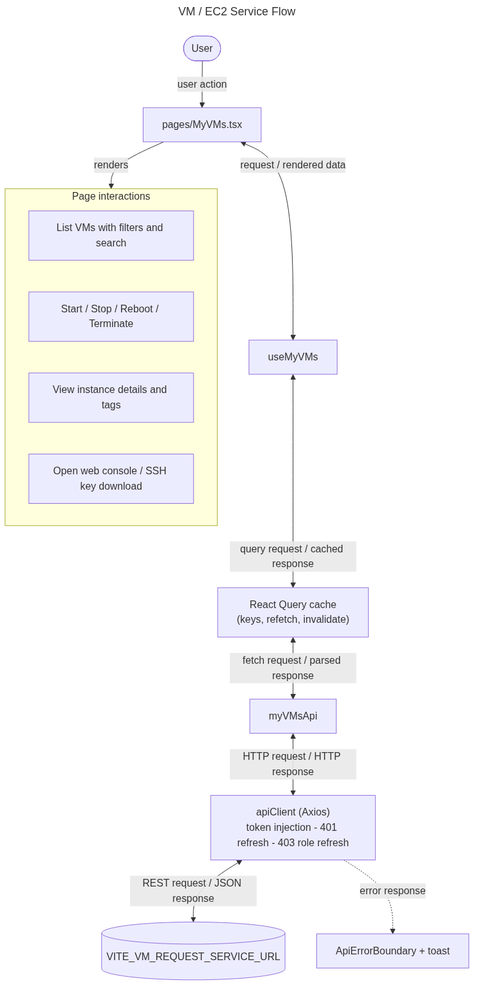
The Mermaid diagram docs/flowcharts/png/vm-ec2.png in sayeeduddinofficial/user-table-view, before a commit. Its source is kept beside it as docs/flowcharts/vm-ec2.mmd. Source of this version:
```mermaid
---
title: VM / EC2 Service Flow
---
flowchart TD
  U([User]) -->|"user action"| P["pages/MyVMs.tsx"]
  P <-->|"request / rendered data"| H["useMyVMs"]
  H <-->|"query request / cached response"| Q["React Query cache<br/>(keys, refetch, invalidate)"]
  Q <-->|"fetch request / parsed response"| A["myVMsApi"]
  A <-->|"HTTP request / HTTP response"| C["apiClient (Axios)<br/>token injection - 401 refresh - 403 role refresh"]
  C <-->|"REST request / JSON response"| S[("VITE_VM_REQUEST_SERVICE_URL")]
  P -->|"renders"| UI
  subgraph UI[Page interactions]
    S0["List VMs with filters and search"]
    S1["Start / Stop / Reboot / Terminate"]
    S2["View instance details and tags"]
    S3["Open web console / SSH key download"]
  end
  C -. "error response" .-> E["ApiErrorBoundary + toast"]
```
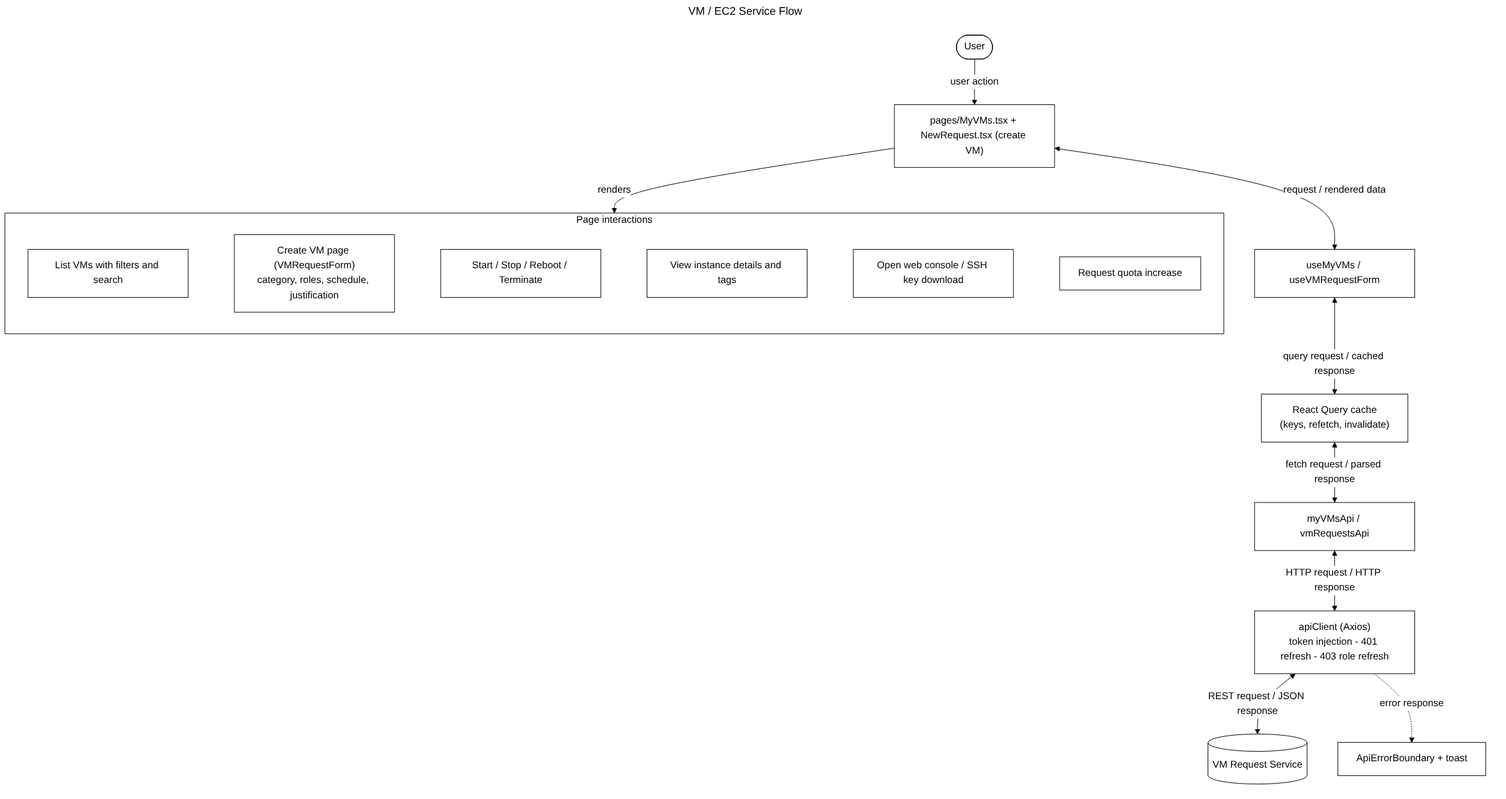
The same file after the commit.

What changed in the source:
```diff
@@ -2,17 +2,21 @@
 title: VM / EC2 Service Flow
 ---
 flowchart TD
-  U([User]) -->|"user action"| P["pages/MyVMs.tsx"]
-  P <-->|"request / rendered data"| H["useMyVMs"]
+  U([User]) -->|"user action"| P["pages/MyVMs.tsx + NewRequest.tsx (create VM)"]
+  P <-->|"request / rendered data"| H["useMyVMs / useVMRequestForm"]
   H <-->|"query request / cached response"| Q["React Query cache<br/>(keys, refetch, invalidate)"]
-  Q <-->|"fetch request / parsed response"| A["myVMsApi"]
+  Q <-->|"fetch request / parsed response"| A["myVMsApi / vmRequestsApi"]
   A <-->|"HTTP request / HTTP response"| C["apiClient (Axios)<br/>token injection - 401 refresh - 403 role refresh"]
-  C <-->|"REST request / JSON response"| S[("VITE_VM_REQUEST_SERVICE_URL")]
+  C <-->|"REST request / JSON response"| S[("VM Request Service")]
   P -->|"renders"| UI
   subgraph UI[Page interactions]
+    direction LR
     S0["List VMs with filters and search"]
-    S1["Start / Stop / Reboot / Terminate"]
-    S2["View instance details and tags"]
-    S3["Open web console / SSH key download"]
+    S1["Create VM page (VMRequestForm)<br/>category, roles, schedule, justification"]
+    S2["Start / Stop / Reboot / Terminate"]
+    S3["View instance details and tags"]
+    S4["Open web console / SSH key download"]
+    S5["Request quota increase"]
+    S0 ~~~ S1 ~~~ S2 ~~~ S3 ~~~ S4 ~~~ S5
   end
   C -. "error response" .-> E["ApiErrorBoundary + toast"]
```
